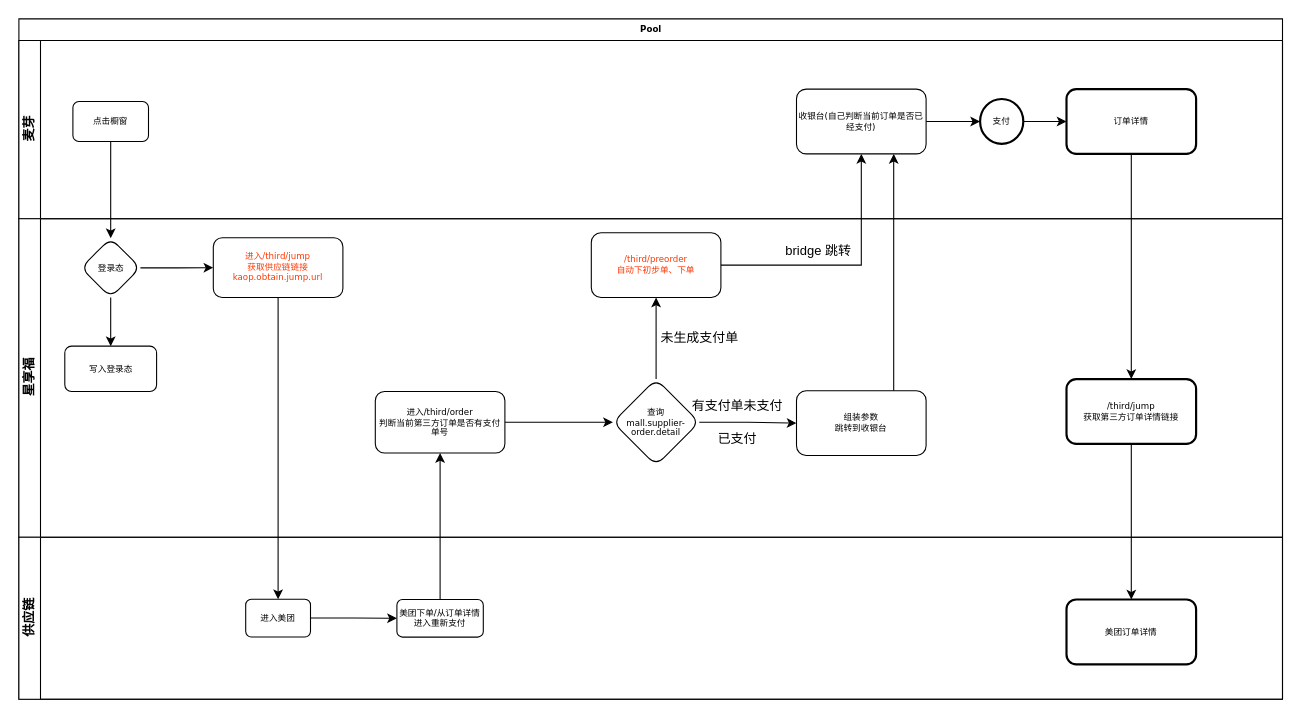
Before: 麦芽对接-第三方.drawio in light8176/demo, a draw.io diagram. Source tidied: cells renumbered, new cells numbered last; positions are measured from the earlier drawing's top-left corner, leaving out a move shared by most shapes. Both pictures are drawn from the tidied source at 108%, with x=0, y=0 at pixel (18, 18).
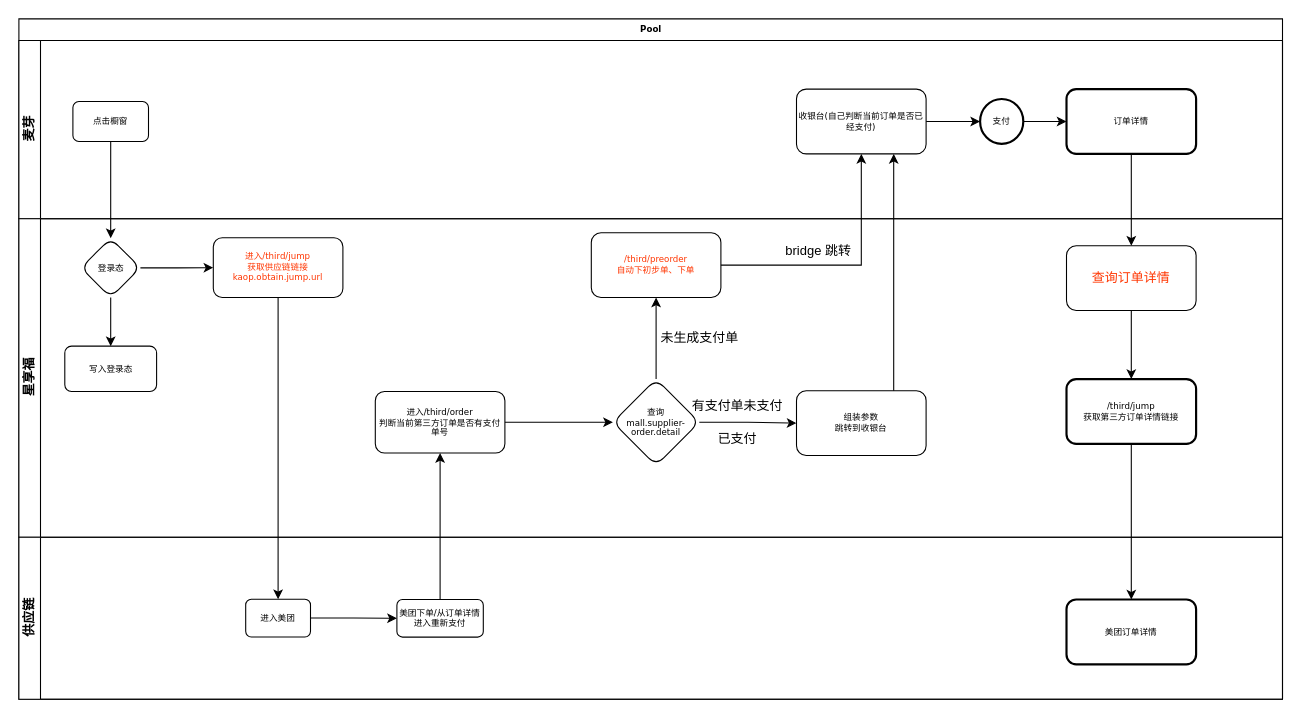
Above is the later version.

Commit message:
Update 麦芽对接-第三方.drawio

The change refers to these unchanged cells:
```xml
<mxCell id="2" value="Pool" style="swimlane;html=1;horizontal=1;startSize=20;rounded=0;shadow=0;labelBackgroundColor=none;strokeWidth=1;fontFamily=Verdana;fontSize=8;align=center;" parent="1" vertex="1">
  <mxGeometry width="1170" height="630" as="geometry" />
</mxCell>
<mxCell id="10" value="订单详情" style="whiteSpace=wrap;html=1;fontSize=8;fontFamily=Verdana;rounded=1;shadow=0;labelBackgroundColor=none;strokeWidth=2;" parent="3" vertex="1">
  <mxGeometry x="970" y="45" width="120" height="60" as="geometry" />
</mxCell>
<mxCell id="11" value="星享福" style="swimlane;html=1;startSize=20;horizontal=0;" parent="2" vertex="1">
  <mxGeometry y="185" width="1170" height="295" as="geometry" />
</mxCell>
<mxCell id="26" value="/third/jump&lt;br&gt;获取第三方订单详情链接" style="whiteSpace=wrap;html=1;fontSize=8;fontFamily=Verdana;rounded=1;shadow=0;labelBackgroundColor=none;strokeWidth=2;" parent="11" vertex="1">
  <mxGeometry x="970" y="148.5" width="120" height="60" as="geometry" />
</mxCell>
```

Change to the diagram source:
```diff
@@
+    <mxCell id="40" style="edgeStyle=orthogonalEdgeStyle;rounded=0;jettySize=auto;html=1;exitX=0.5;exitY=1;exitDx=0;exitDy=0;entryX=0.5;entryY=0;entryDx=0;entryDy=0;" parent="11" edge="1" source="41" target="26">
+      <mxGeometry relative="1" as="geometry" />
+    </mxCell>
+    <mxCell id="41" value="&lt;font color=&quot;#ff3500&quot;&gt;查询订单详情&lt;/font&gt;" style="rounded=1;whiteSpace=wrap;html=1;" parent="11" vertex="1">
+      <mxGeometry x="970" y="25" width="120" height="60" as="geometry" />
+    </mxCell>
@@
-    <mxCell id="31" style="edgeStyle=orthogonalEdgeStyle;rounded=0;jettySize=auto;html=1;" parent="2" edge="1" source="10" target="26">
-      <mxGeometry relative="1" as="geometry" />
-    </mxCell>
@@
+    <mxCell id="42" style="edgeStyle=orthogonalEdgeStyle;rounded=0;jettySize=auto;html=1;exitX=0.5;exitY=1;exitDx=0;exitDy=0;" parent="2" edge="1" source="10" target="41">
+      <mxGeometry relative="1" as="geometry" />
+    </mxCell>
```
